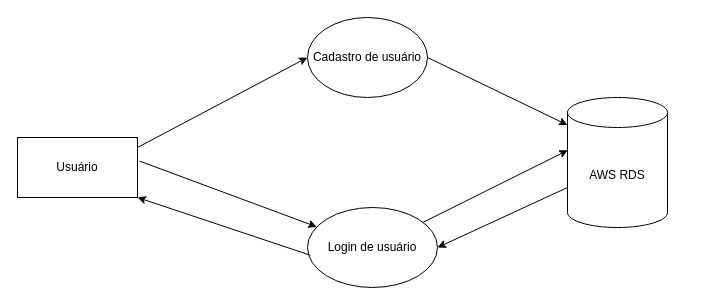
Above: Diagrama.drawio in manuely32/Diagramas (draw.io), before the change. Source tidied: cells renumbered, new cells numbered last; positions are measured from the earlier drawing's top-left corner, leaving out a move shared by most shapes. Both pictures are drawn from the tidied source at 100%, with x=0, y=0 at pixel (17, 17).
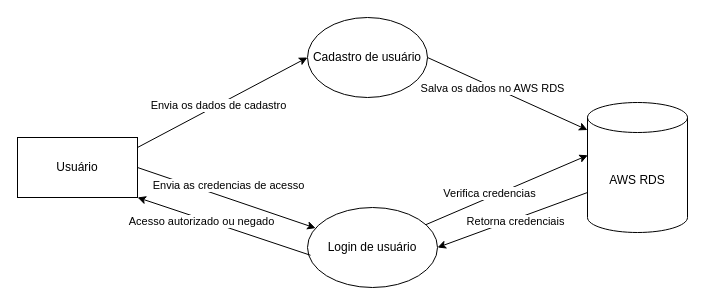
After the change.

The edit, as a diff of the source:
```diff
@@
 <mxGraphModel>
   <root>
     <mxCell id="0" />
     <mxCell id="1" parent="0" />
     <mxCell id="2" value="AWS RDS" style="shape=cylinder3;whiteSpace=wrap;html=1;boundedLbl=1;backgroundOutline=1;size=15;" parent="1" vertex="1">
-      <mxGeometry x="550" y="80" width="100" height="130" as="geometry" />
+      <mxGeometry x="570" y="85" width="100" height="130" as="geometry" />
     </mxCell>
     <mxCell id="3" value="Usuário" style="rounded=0;whiteSpace=wrap;html=1;" parent="1" vertex="1">
       <mxGeometry y="120" width="120" height="60" as="geometry" />
     </mxCell>
     <mxCell id="4" value="Login de usuário" style="ellipse;whiteSpace=wrap;html=1;" parent="1" vertex="1">
       <mxGeometry x="290" y="190" width="130" height="80" as="geometry" />
     </mxCell>
     <mxCell id="5" value="Cadastro de usuário" style="ellipse;whiteSpace=wrap;html=1;" parent="1" vertex="1">
       <mxGeometry x="290" width="120" height="80" as="geometry" />
     </mxCell>
     <mxCell id="6" style="endArrow=classic;html=1;rounded=0;entryX=0;entryY=0.5;entryDx=0;entryDy=0;" parent="1" edge="1" target="5">
       <mxGeometry relative="1" as="geometry">
         <mxPoint x="120" y="130" as="sourcePoint" />
       </mxGeometry>
     </mxCell>
+    <mxCell id="12" value="Envia os dados de cadastro" style="edgeLabel;html=1;align=center;verticalAlign=middle;" parent="6" vertex="1">
+      <mxGeometry x="-0.06" relative="1" as="geometry">
+        <mxPoint x="1" as="offset" />
+      </mxGeometry>
+    </mxCell>
     <mxCell id="7" style="endArrow=classic;html=1;rounded=0;entryX=0;entryY=0;entryDx=0;entryDy=27.5;exitX=1;exitY=0.5;exitDx=0;exitDy=0;entryPerimeter=0;" parent="1" edge="1" source="5" target="2">
       <mxGeometry relative="1" as="geometry" />
     </mxCell>
+    <mxCell id="13" value="Salva os dados no AWS RDS" style="edgeLabel;html=1;align=center;verticalAlign=middle;" parent="7" vertex="1">
+      <mxGeometry x="-0.19" y="-1" relative="1" as="geometry" />
+    </mxCell>
-    <mxCell id="8" style="endArrow=classic;html=1;rounded=0;exitX=1.018;exitY=0.394;exitDx=0;exitDy=0;exitPerimeter=0;" parent="1" edge="1" source="3" target="4">
+    <mxCell id="8" style="endArrow=classic;html=1;rounded=0;exitX=1;exitY=0.5;exitDx=0;exitDy=0;" parent="1" edge="1" source="3" target="4">
       <mxGeometry relative="1" as="geometry" />
     </mxCell>
+    <mxCell id="14" value="Envia as credencias de acesso" style="edgeLabel;html=1;align=center;verticalAlign=middle;" parent="8" vertex="1">
+      <mxGeometry x="-0.35" y="2" relative="1" as="geometry">
+        <mxPoint x="32" as="offset" />
+      </mxGeometry>
+    </mxCell>
     <mxCell id="9" style="endArrow=classic;html=1;rounded=0;entryX=0.003;entryY=0.406;entryDx=0;entryDy=0;entryPerimeter=0;" parent="1" edge="1" source="4" target="2">
       <mxGeometry relative="1" as="geometry" />
     </mxCell>
+    <mxCell id="15" value="Verifica credencias" style="edgeLabel;html=1;align=center;verticalAlign=middle;" parent="9" vertex="1">
+      <mxGeometry x="-0.2" y="4" relative="1" as="geometry" />
+    </mxCell>
     <mxCell id="10" style="endArrow=classic;html=1;rounded=0;exitX=0;exitY=0;exitDx=0;exitDy=90;exitPerimeter=0;entryX=1;entryY=0.5;entryDx=0;entryDy=0;" parent="1" edge="1" source="2" target="4">
       <mxGeometry relative="1" as="geometry" />
     </mxCell>
+    <mxCell id="16" value="Retorna credenciais" style="edgeLabel;html=1;align=center;verticalAlign=middle;" parent="10" vertex="1">
+      <mxGeometry x="-0.02" y="2" relative="1" as="geometry" />
+    </mxCell>
     <mxCell id="11" style="endArrow=classic;html=1;rounded=0;exitX=0.023;exitY=0.597;exitDx=0;exitDy=0;exitPerimeter=0;entryX=1;entryY=1;entryDx=0;entryDy=0;" parent="1" edge="1" source="4" target="3">
       <mxGeometry relative="1" as="geometry" />
     </mxCell>
+    <mxCell id="17" value="Acesso autorizado ou negado" style="edgeLabel;html=1;align=center;verticalAlign=middle;" parent="11" vertex="1">
+      <mxGeometry x="0.26" y="2" relative="1" as="geometry" />
+    </mxCell>
   </root>
 </mxGraphModel>
```
